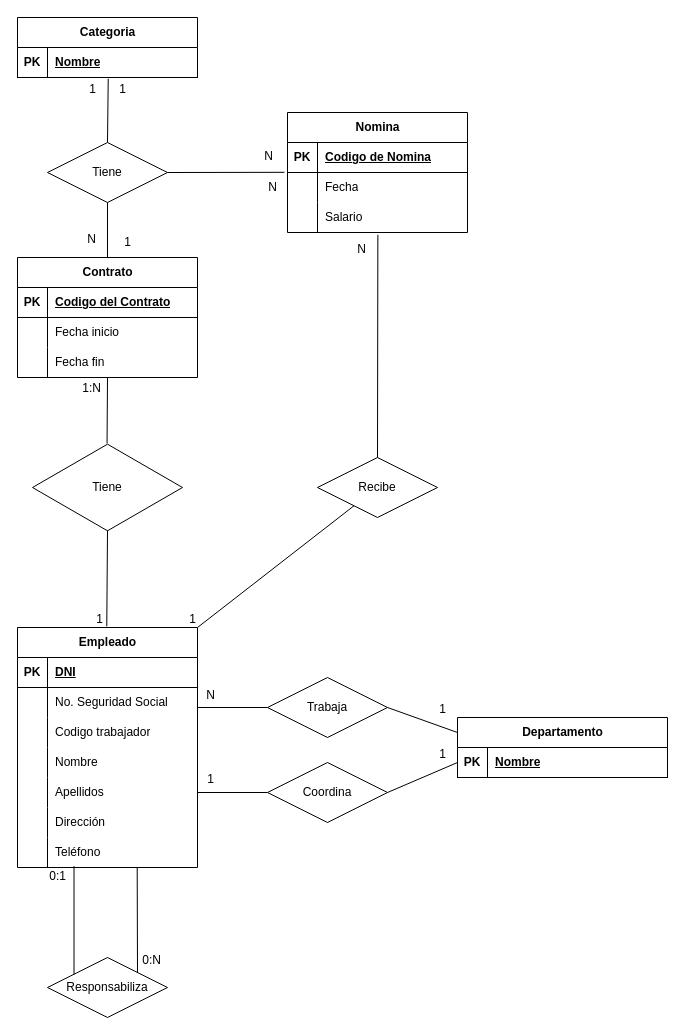
BasementHalfStackDev/ejercicios-ud12 keeps this draw.io diagram as Ejercicio_7_Organigrama.drawio. Above is the earlier version. Source tidied: cells renumbered, new cells numbered last; positions are measured from the earlier drawing's top-left corner, leaving out a move shared by most shapes. Both pictures are drawn from the tidied source at 100%, with x=0, y=0 at pixel (17, 17).
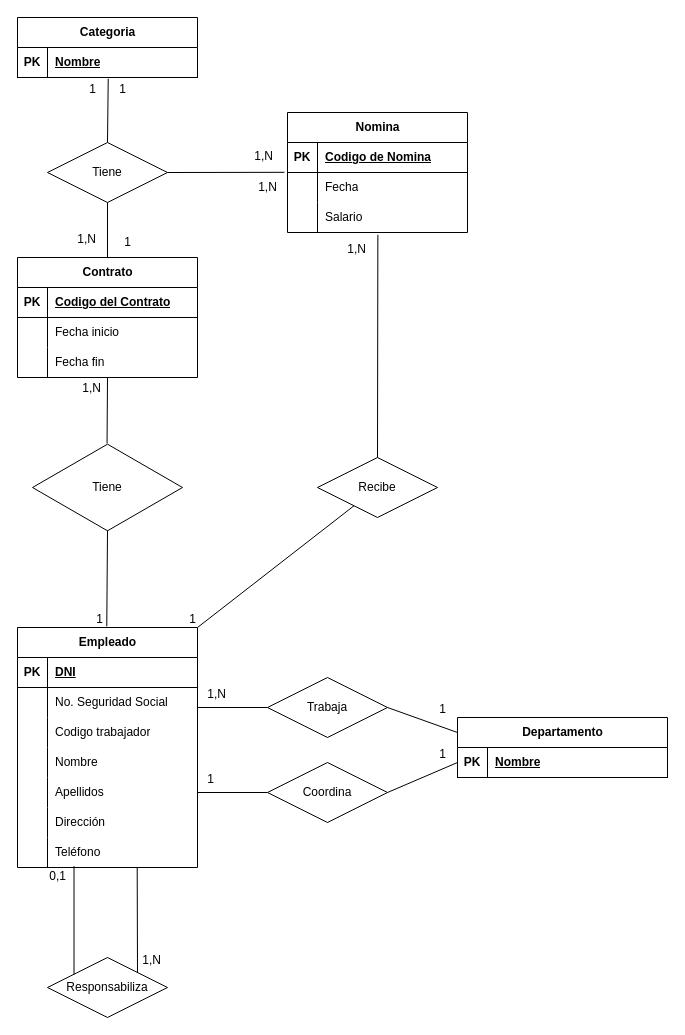
The same diagram, later.

Unchanged cells that the change refers to:
```xml
<mxCell id="42" style="endArrow=none;html=1;rounded=0;entryX=1;entryY=0.667;entryDx=0;entryDy=0;entryPerimeter=0;exitX=0;exitY=0.5;exitDx=0;exitDy=0;" parent="1" edge="1" source="39" target="6">
  <mxGeometry relative="1" as="geometry" />
</mxCell>
<mxCell id="44" style="endArrow=none;html=1;rounded=0;entryX=0.314;entryY=0.957;entryDx=0;entryDy=0;entryPerimeter=0;exitX=0.221;exitY=0.284;exitDx=0;exitDy=0;exitPerimeter=0;" parent="1" edge="1" source="38" target="21">
  <mxGeometry relative="1" as="geometry" />
</mxCell>
<mxCell id="46" style="endArrow=none;html=1;rounded=0;exitX=1;exitY=0;exitDx=0;exitDy=0;entryX=0.665;entryY=0.984;entryDx=0;entryDy=0;entryPerimeter=0;" parent="1" edge="1" source="38" target="21">
  <mxGeometry relative="1" as="geometry" />
</mxCell>
<mxCell id="70" style="endArrow=none;html=1;rounded=0;exitX=0.497;exitY=0.01;exitDx=0;exitDy=0;exitPerimeter=0;entryX=0.5;entryY=1;entryDx=0;entryDy=0;entryPerimeter=0;" parent="1" edge="1" source="57" target="35">
  <mxGeometry relative="1" as="geometry" />
</mxCell>
<mxCell id="76" style="endArrow=none;html=1;rounded=0;entryX=0.5;entryY=0;entryDx=0;entryDy=0;exitX=0.5;exitY=1;exitDx=0;exitDy=0;" parent="1" edge="1" source="58" target="28">
  <mxGeometry relative="1" as="geometry" />
</mxCell>
<mxCell id="78" style="endArrow=none;html=1;rounded=0;entryX=0.502;entryY=1.079;entryDx=0;entryDy=0;entryPerimeter=0;exitX=0.5;exitY=0;exitDx=0;exitDy=0;" parent="1" edge="1" source="69" target="66">
  <mxGeometry relative="1" as="geometry" />
</mxCell>
<mxCell id="82" style="endArrow=none;html=1;rounded=0;entryX=-0.017;entryY=-0.006;entryDx=0;entryDy=0;exitX=1;exitY=0.5;exitDx=0;exitDy=0;entryPerimeter=0;" parent="1" edge="1" source="58" target="63">
  <mxGeometry relative="1" as="geometry" />
</mxCell>
```

Change to the diagram source:
```diff
@@
-    <mxCell id="43" value="N" style="html=1;whiteSpace=wrap;align=right;verticalAlign=bottom;" parent="42" vertex="1">
+    <mxCell id="43" value="1,N" style="html=1;whiteSpace=wrap;align=right;verticalAlign=bottom;" parent="42" vertex="1">
       <mxGeometry x="1" relative="1" as="geometry">
-        <mxPoint x="19" y="-4" as="offset" />
+        <mxPoint x="30" y="-5" as="offset" />
       </mxGeometry>
     </mxCell>
@@
-    <mxCell id="45" value="0:1" style="html=1;whiteSpace=wrap;align=right;verticalAlign=bottom;" parent="44" vertex="1">
+    <mxCell id="45" value="0,1" style="html=1;whiteSpace=wrap;align=right;verticalAlign=bottom;" parent="44" vertex="1">
       <mxGeometry x="1" relative="1" as="geometry">
         <mxPoint x="-7" y="18" as="offset" />
       </mxGeometry>
     </mxCell>
@@
-    <mxCell id="47" value="0:N" style="html=1;whiteSpace=wrap;align=right;verticalAlign=bottom;" parent="46" vertex="1">
+    <mxCell id="47" value="1,N" style="html=1;whiteSpace=wrap;align=right;verticalAlign=bottom;" parent="46" vertex="1">
       <mxGeometry x="1" relative="1" as="geometry">
         <mxPoint x="25" y="101" as="offset" />
       </mxGeometry>
     </mxCell>
@@
-    <mxCell id="71" value="1:N" style="html=1;whiteSpace=wrap;align=right;verticalAlign=bottom;" parent="70" vertex="1">
+    <mxCell id="71" value="1,N" style="html=1;whiteSpace=wrap;align=right;verticalAlign=bottom;" parent="70" vertex="1">
       <mxGeometry x="1" relative="1" as="geometry">
         <mxPoint x="-5" y="19" as="offset" />
       </mxGeometry>
     </mxCell>
@@
-    <mxCell id="77" value="N" style="html=1;whiteSpace=wrap;align=right;verticalAlign=bottom;" parent="76" vertex="1">
+    <mxCell id="77" value="1,N" style="html=1;whiteSpace=wrap;align=right;verticalAlign=bottom;" parent="76" vertex="1">
       <mxGeometry x="1" relative="1" as="geometry">
         <mxPoint x="-10" y="-10" as="offset" />
       </mxGeometry>
     </mxCell>
@@
-    <mxCell id="79" value="N" style="html=1;whiteSpace=wrap;align=right;verticalAlign=bottom;" parent="78" vertex="1">
+    <mxCell id="79" value="1,N" style="html=1;whiteSpace=wrap;align=right;verticalAlign=bottom;" parent="78" vertex="1">
       <mxGeometry x="1" relative="1" as="geometry">
         <mxPoint x="-10" y="23" as="offset" />
       </mxGeometry>
     </mxCell>
@@
-    <mxCell id="83" value="N" style="html=1;whiteSpace=wrap;align=right;verticalAlign=bottom;" parent="82" vertex="1">
+    <mxCell id="83" value="1,N" style="html=1;whiteSpace=wrap;align=right;verticalAlign=bottom;" parent="82" vertex="1">
       <mxGeometry x="1" relative="1" as="geometry">
         <mxPoint x="-10" y="-8" as="offset" />
       </mxGeometry>
     </mxCell>
@@
-    <mxCell id="85" value="N" style="text;html=1;align=center;verticalAlign=middle;strokeColor=none;fillColor=none;" parent="1" vertex="1">
-      <mxGeometry x="240" y="155" width="30" height="30" as="geometry" />
+    <mxCell id="85" value="1,N" style="text;html=1;align=center;verticalAlign=middle;strokeColor=none;fillColor=none;" parent="1" vertex="1">
+      <mxGeometry x="230" y="155" width="40" height="30" as="geometry" />
     </mxCell>
```
